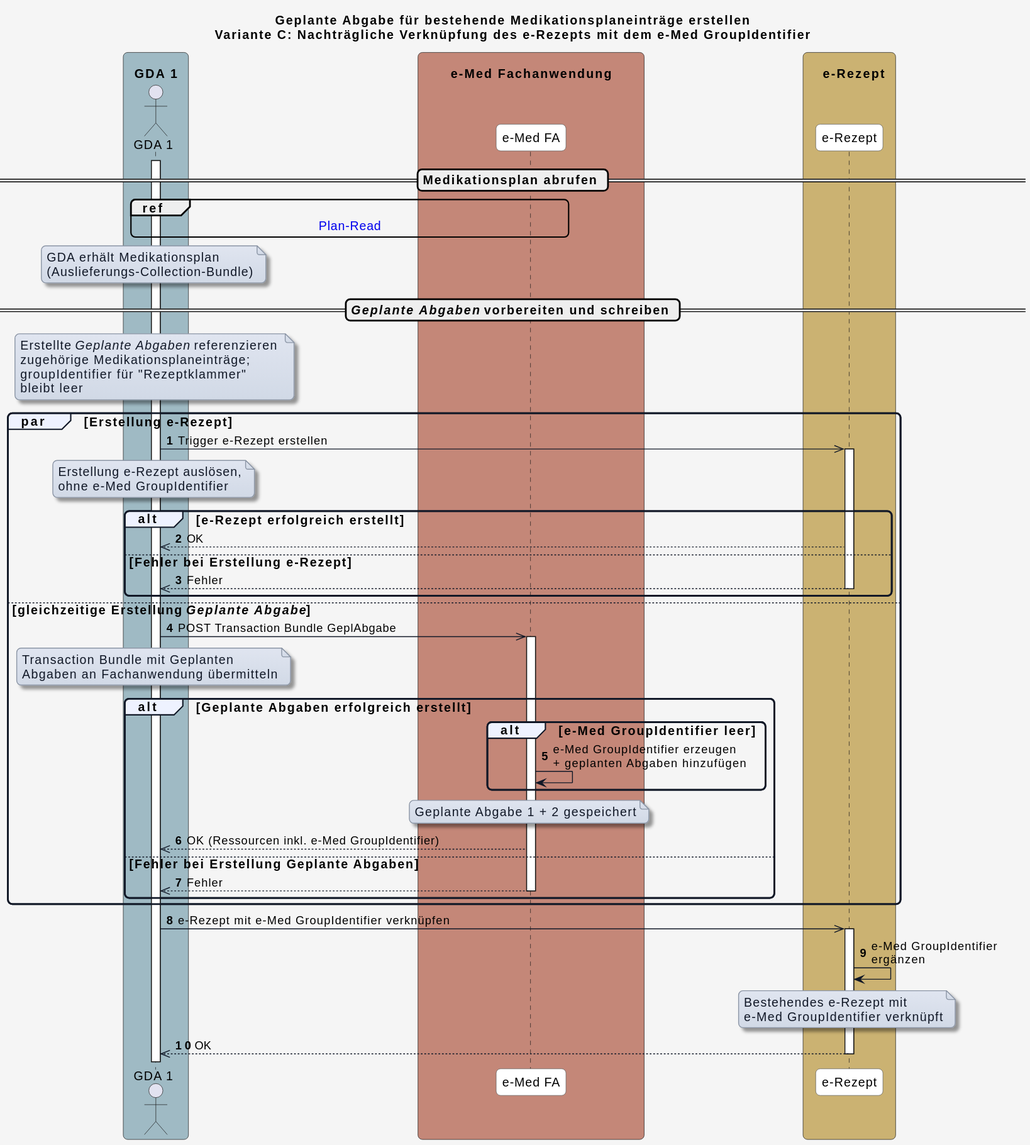
Above: input/images/plantuml/UC_eMed_08_01_c.svg in HL7Austria/ELGA-e-Medikation-R4 (PlantUML), before the change.
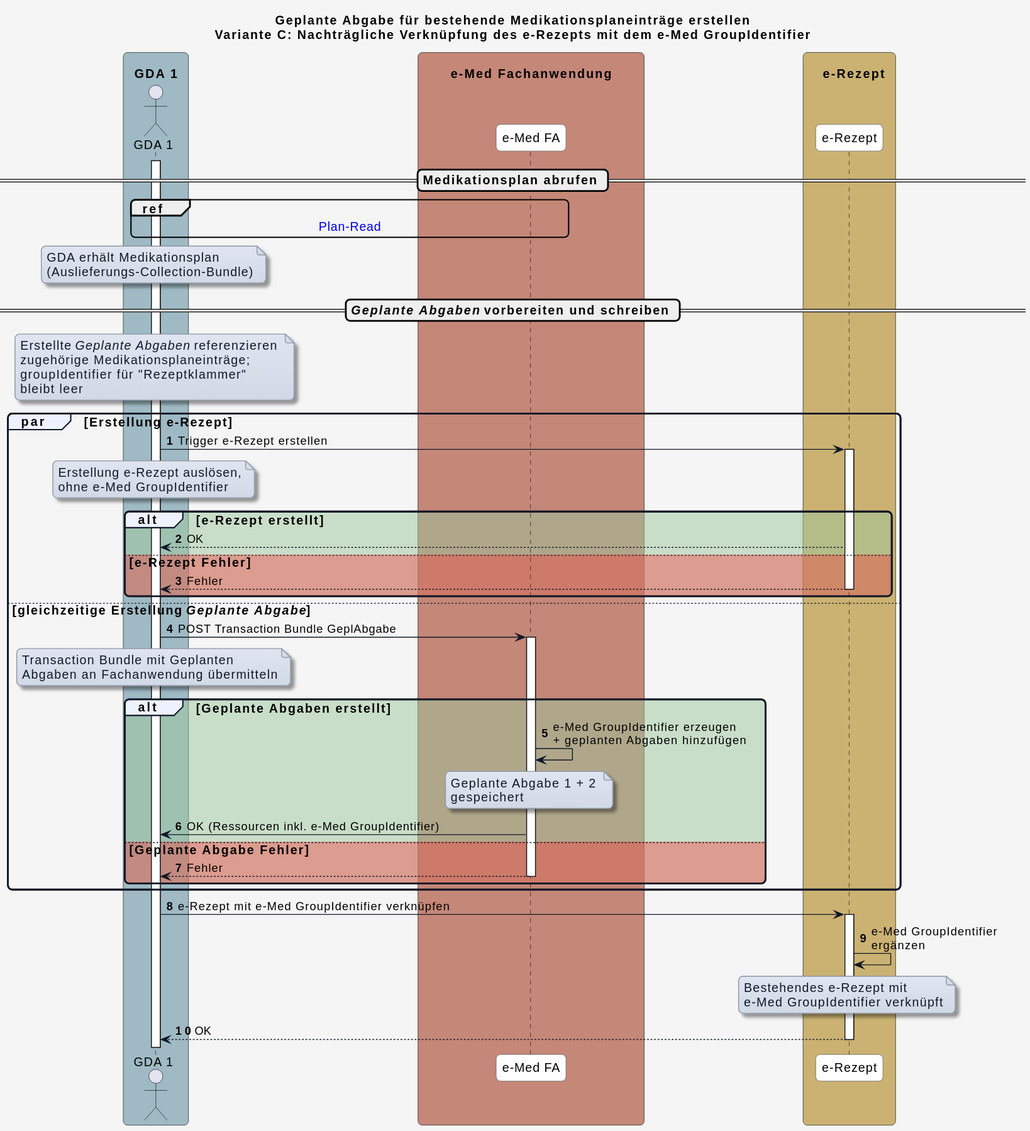
Later version of the same file.

What changed in the source:
```diff
@@ -74,27 +74,26 @@
 bleibt leer
 end note
 
-
 par Erstellung e-Rezept
 
-  GDA_1 ->> e_Rezept: Trigger e-Rezept erstellen
+  GDA_1 -> e_Rezept: Trigger e-Rezept erstellen
   activate e_Rezept
   note over GDA_1
   Erstellung e-Rezept auslösen,
   ohne e-Med GroupIdentifier
   end note
 
-  alt e-Rezept erfolgreich erstellt
-    e_Rezept -->> GDA_1: OK
+  alt #9fc79f81 e-Rezept erstellt
+    e_Rezept --> GDA_1: OK
 
-  else Fehler bei Erstellung e-Rezept
-    e_Rezept -->> GDA_1: Fehler
+  else #f7373766 e-Rezept Fehler
+    e_Rezept --> GDA_1: Fehler
     deactivate e_Rezept
   end
 
 else gleichzeitige Erstellung <i>Geplante Abgabe</i>
 
-  GDA_1 ->> eMed_FA: POST Transaction Bundle GeplAbgabe
+  GDA_1 -> eMed_FA: POST Transaction Bundle GeplAbgabe
 
   activate eMed_FA
   note over GDA_1
@@ -102,33 +101,32 @@
     Abgaben an Fachanwendung übermitteln
   end note
 
-  alt Geplante Abgaben erfolgreich erstellt
+  alt #9fc79f81 Geplante Abgaben erstellt
 
-    alt e-Med GroupIdentifier leer
-      eMed_FA -> eMed_FA: e-Med GroupIdentifier erzeugen\n+ geplanten Abgaben hinzufügen
-    end
+    eMed_FA -> eMed_FA: e-Med GroupIdentifier erzeugen\n+ geplanten Abgaben hinzufügen
 
     note over eMed_FA
-    Geplante Abgabe 1 + 2 gespeichert
+    Geplante Abgabe 1 + 2
+    gespeichert
     end note
 
-    eMed_FA -->> GDA_1: OK (Ressourcen inkl. e-Med GroupIdentifier)
+    eMed_FA -> GDA_1: OK (Ressourcen inkl. e-Med GroupIdentifier)
 
-  else Fehler bei Erstellung Geplante Abgaben
-    eMed_FA -->> GDA_1: Fehler
+  else #f7373766 Geplante Abgabe Fehler
+    eMed_FA --> GDA_1: Fehler
     deactivate eMed_FA
 
   end
 
 end
 
-GDA_1 ->> e_Rezept: e-Rezept mit e-Med GroupIdentifier verknüpfen
+GDA_1 -> e_Rezept: e-Rezept mit e-Med GroupIdentifier verknüpfen
   activate e_Rezept
   e_Rezept -> e_Rezept: e-Med GroupIdentifier\nergänzen
   note over e_Rezept
     Bestehendes e-Rezept mit
     e-Med GroupIdentifier verknüpft
   end note
-  e_Rezept -->> GDA_1: OK
+  e_Rezept --> GDA_1: OK
   deactivate e_Rezept
 @enduml
```
